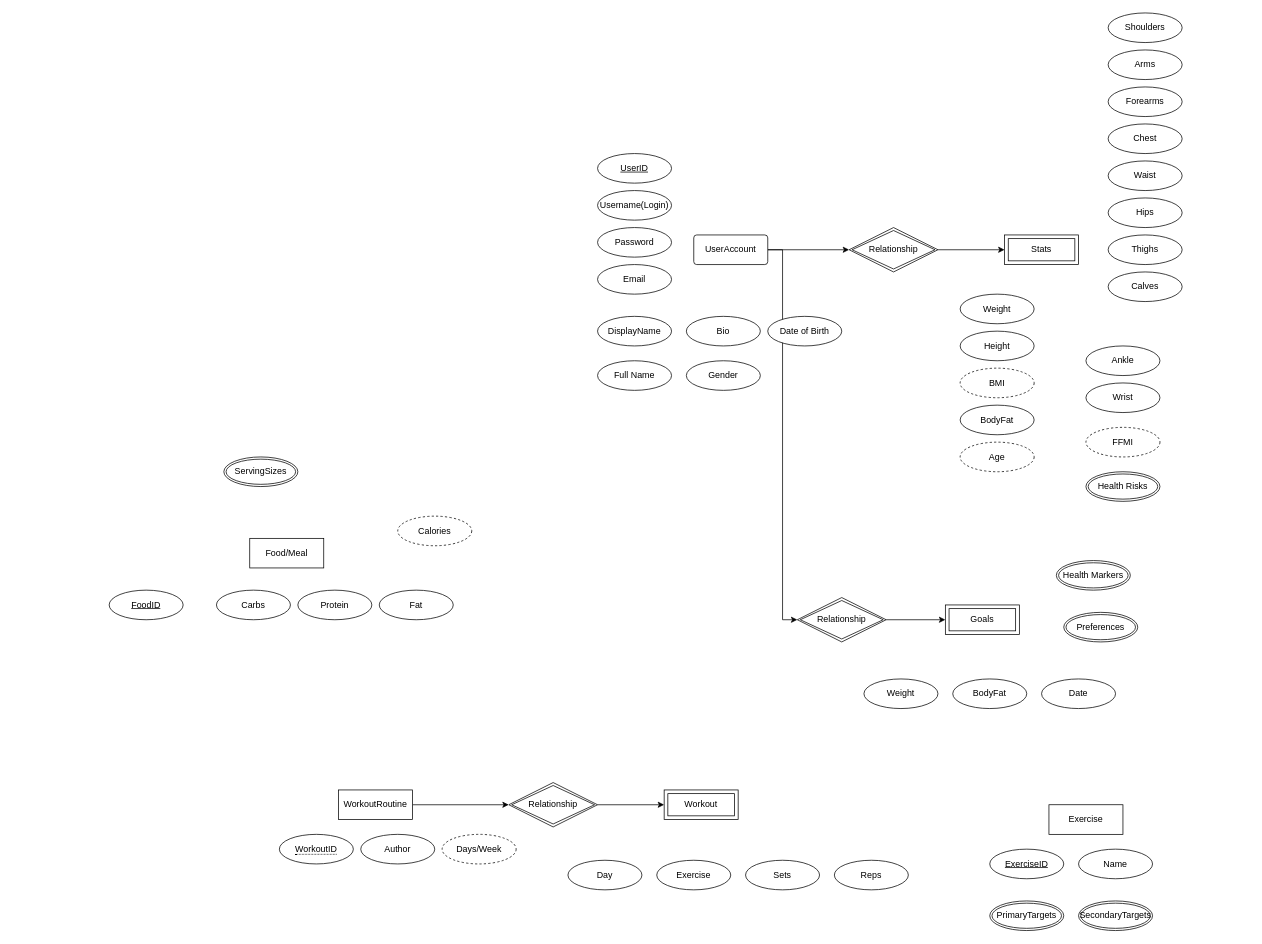
This is DBERD.drawio from samuzaffar99/WorkoutTracker, a draw.io file, before an edit. Source tidied: cells renumbered, new cells numbered last; positions are measured from the earlier drawing's top-left corner, leaving out a move shared by most shapes. Both pictures are drawn from the tidied source at 74%, with x=0, y=0 at pixel (109, 13).
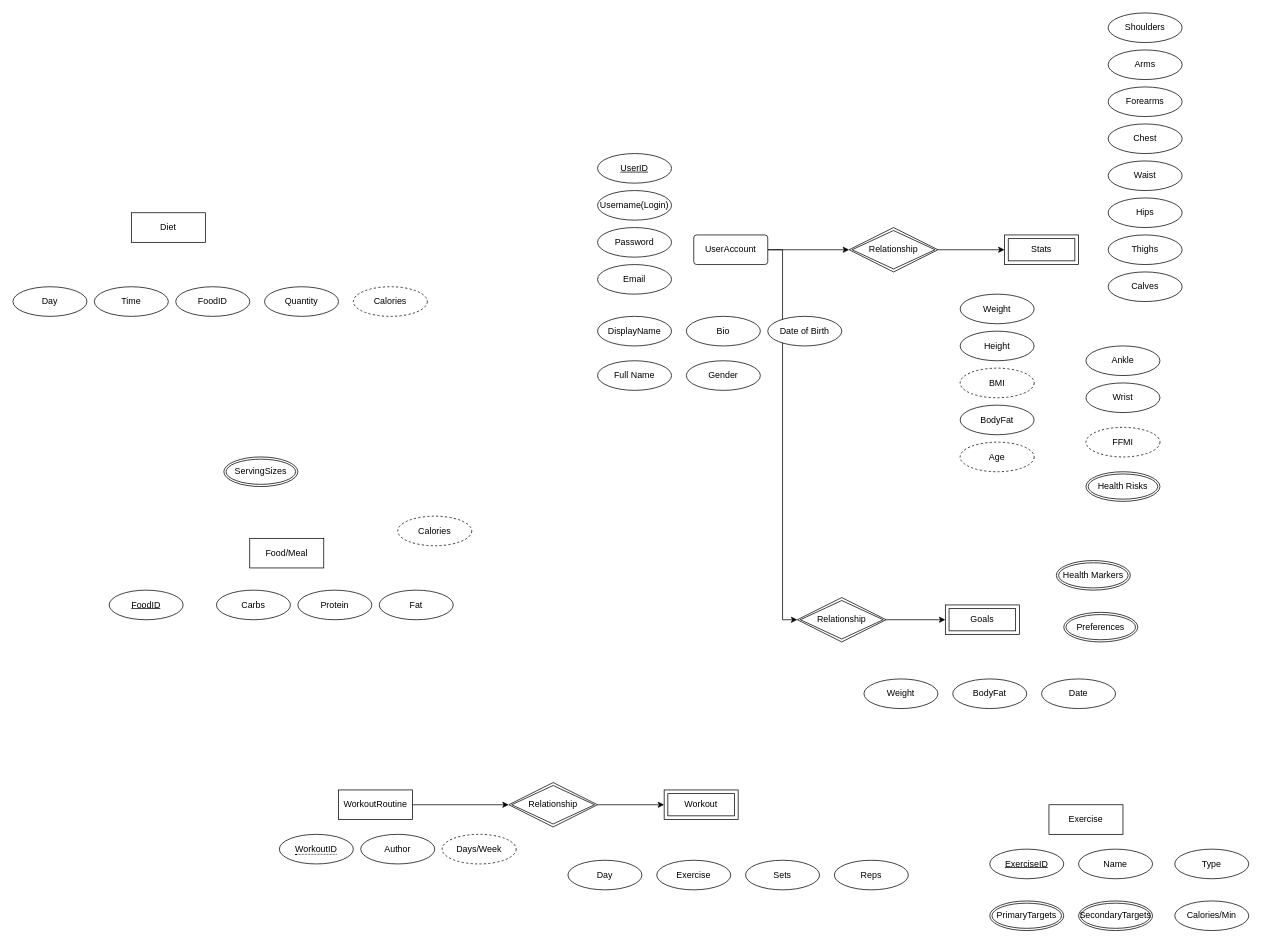
The same diagram, later.

Commit message (it also covers changes not shown here):
updated code, erd

The edit, as a diff of the source:
```diff
@@
+    <mxCell id="66" value="Diet" style="whiteSpace=wrap;html=1;align=center;" parent="1" vertex="1">
+      <mxGeometry x="30" y="270" width="100" height="40" as="geometry" />
+    </mxCell>
+    <mxCell id="67" value="FoodID" style="ellipse;whiteSpace=wrap;html=1;align=center;" parent="1" vertex="1">
+      <mxGeometry x="90" y="370" width="100" height="40" as="geometry" />
+    </mxCell>
+    <mxCell id="68" value="Quantity" style="ellipse;whiteSpace=wrap;html=1;align=center;" parent="1" vertex="1">
+      <mxGeometry x="210" y="370" width="100" height="40" as="geometry" />
+    </mxCell>
+    <mxCell id="69" value="Calories" style="ellipse;whiteSpace=wrap;html=1;align=center;dashed=1;" parent="1" vertex="1">
+      <mxGeometry x="330" y="370" width="100" height="40" as="geometry" />
+    </mxCell>
+    <mxCell id="70" value="Time" style="ellipse;whiteSpace=wrap;html=1;align=center;" parent="1" vertex="1">
+      <mxGeometry x="-20" y="370" width="100" height="40" as="geometry" />
+    </mxCell>
+    <mxCell id="71" value="Day" style="ellipse;whiteSpace=wrap;html=1;align=center;" parent="1" vertex="1">
+      <mxGeometry x="-130" y="370" width="100" height="40" as="geometry" />
+    </mxCell>
+    <mxCell id="72" value="Type" style="ellipse;whiteSpace=wrap;html=1;align=center;" parent="1" vertex="1">
+      <mxGeometry x="1440" y="1130" width="100" height="40" as="geometry" />
+    </mxCell>
+    <mxCell id="73" value="Calories/Min" style="ellipse;whiteSpace=wrap;html=1;align=center;" parent="1" vertex="1">
+      <mxGeometry x="1440" y="1200" width="100" height="40" as="geometry" />
+    </mxCell>
```
